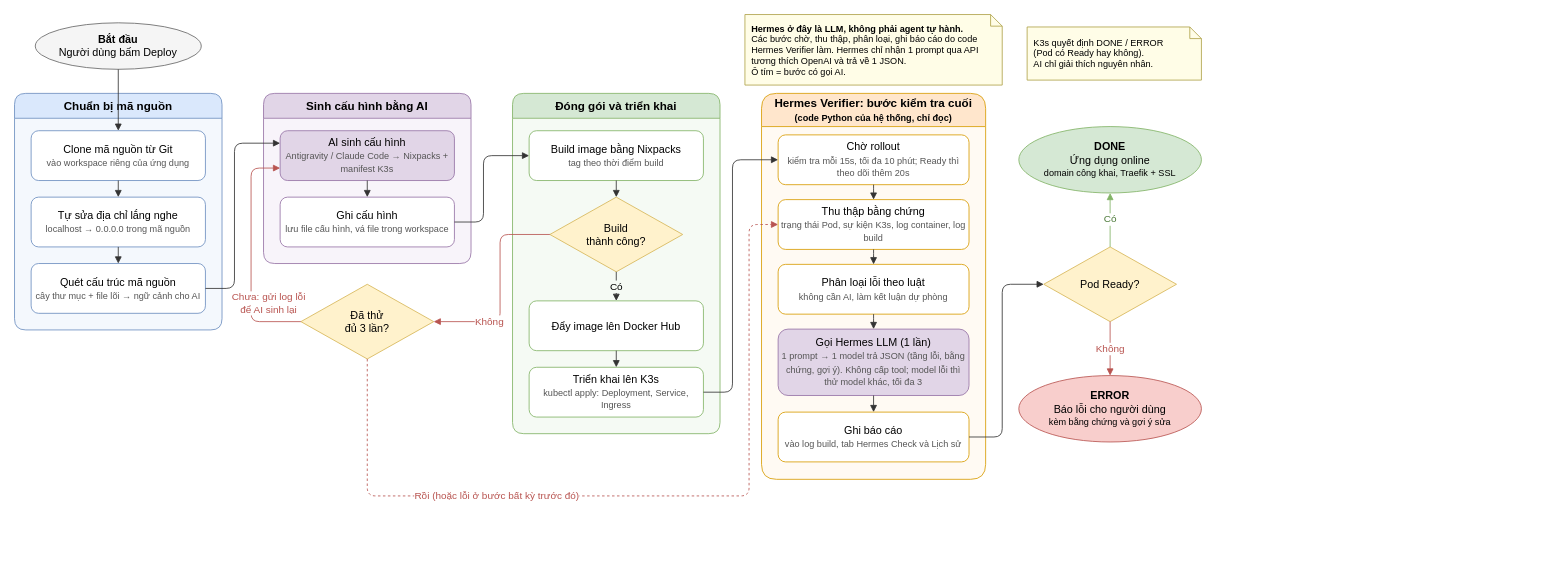
Above: docs/diagrams/autonomous-build-pipeline.drawio in tobi1008/vibe-core (draw.io), before the change. Source tidied: cells renumbered, new cells numbered last; positions are measured from the earlier drawing's top-left corner, leaving out a move shared by most shapes. Both pictures are drawn from the tidied source at 83%, with x=0, y=0 at pixel (14, 14).
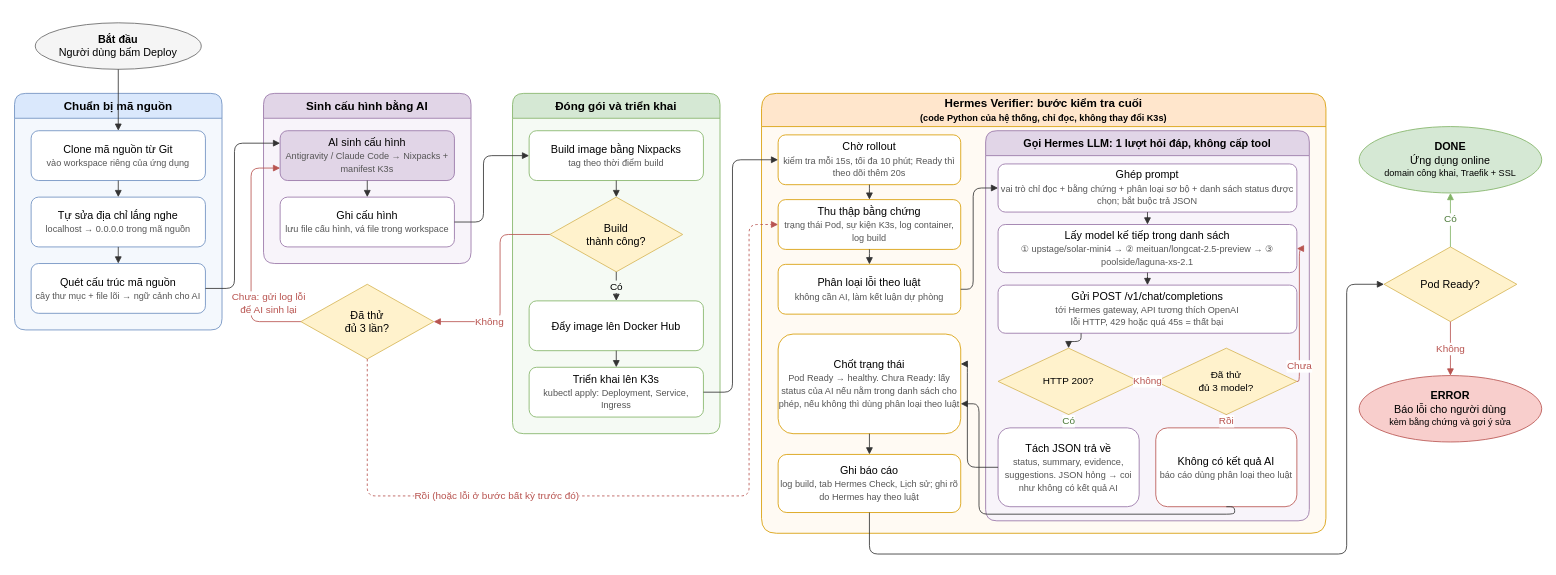
The same page after the edit.

Commit message (it also covers changes not shown here):
docs(sơ đồ): vẽ chi tiết bước gọi Hermes và thứ tự đổi sang model khác khi bị lỗi

Bỏ phần ghi chú bên cạnh. Khối Hermes Verifier được chia hai cột: các bước
của hệ thống và các bước gọi Hermes (ghép nội dung gửi đi, chọn model theo
danh sách, gửi yêu cầu, nếu lỗi thì thử model tiếp theo, tối đa 3 model,
đọc kết quả trả về). Trạng thái cuối cùng vẫn do K3s quyết định.

The edit, as a diff of the source:
```diff
@@
-    <mxCell id="16" value="Hermes Verifier: bước kiểm tra cuối&lt;br&gt;&lt;font style=&quot;font-size:11px&quot;&gt;(code Python của hệ thống, chỉ đọc)&lt;/font&gt;" style="swimlane;whiteSpace=wrap;html=1;rounded=1;startSize=40;fillColor=#ffe6cc;strokeColor=#d79b00;swimlaneFillColor=#fffaf3;fontSize=14;fontStyle=1;" parent="1" vertex="1">
-      <mxGeometry x="900" y="95" width="270" height="465" as="geometry" />
+    <mxCell id="16" value="Hermes Verifier: bước kiểm tra cuối&lt;br&gt;&lt;font style=&quot;font-size:11px&quot;&gt;(code Python của hệ thống, chỉ đọc, không thay đổi K3s)&lt;/font&gt;" style="swimlane;whiteSpace=wrap;html=1;rounded=1;startSize=40;fillColor=#ffe6cc;strokeColor=#d79b00;swimlaneFillColor=#fffaf3;fontSize=14;fontStyle=1;" parent="1" vertex="1">
+      <mxGeometry x="900" y="95" width="680" height="530" as="geometry" />
     </mxCell>
     <mxCell id="17" value="Chờ rollout&lt;br&gt;&lt;font style=&quot;font-size:11px&quot; color=&quot;#555555&quot;&gt;kiểm tra mỗi 15s, tối đa 10 phút; Ready thì theo dõi thêm 20s&lt;/font&gt;" style="rounded=1;whiteSpace=wrap;html=1;fillColor=#ffffff;strokeColor=#d79b00;fontSize=13;" parent="16" vertex="1">
-      <mxGeometry x="20" y="50" width="230" height="60" as="geometry" />
+      <mxGeometry x="20" y="50" width="220" height="60" as="geometry" />
     </mxCell>
     <mxCell id="18" value="Thu thập bằng chứng&lt;br&gt;&lt;font style=&quot;font-size:11px&quot; color=&quot;#555555&quot;&gt;trạng thái Pod, sự kiện K3s, log container, log build&lt;/font&gt;" style="rounded=1;whiteSpace=wrap;html=1;fillColor=#ffffff;strokeColor=#d79b00;fontSize=13;" parent="16" vertex="1">
-      <mxGeometry x="20" y="128" width="230" height="60" as="geometry" />
+      <mxGeometry x="20" y="128" width="220" height="60" as="geometry" />
     </mxCell>
     <mxCell id="19" value="Phân loại lỗi theo luật&lt;br&gt;&lt;font style=&quot;font-size:11px&quot; color=&quot;#555555&quot;&gt;không cần AI, làm kết luận dự phòng&lt;/font&gt;" style="rounded=1;whiteSpace=wrap;html=1;fillColor=#ffffff;strokeColor=#d79b00;fontSize=13;" parent="16" vertex="1">
-      <mxGeometry x="20" y="206" width="230" height="60" as="geometry" />
+      <mxGeometry x="20" y="206" width="220" height="60" as="geometry" />
     </mxCell>
-    <mxCell id="20" value="Gọi Hermes LLM (1 lần)&lt;br&gt;&lt;font style=&quot;font-size:11px&quot; color=&quot;#555555&quot;&gt;1 prompt → 1 model trả JSON (tầng lỗi, bằng chứng, gợi ý). Không cấp tool; model lỗi thì thử model khác, tối đa 3&lt;/font&gt;" style="rounded=1;whiteSpace=wrap;html=1;fillColor=#e1d5e7;strokeColor=#9673a6;fontSize=13;" parent="16" vertex="1">
-      <mxGeometry x="20" y="284" width="230" height="80" as="geometry" />
-    </mxCell>
+    <mxCell id="47" value="Chốt trạng thái&lt;br&gt;&lt;font style=&quot;font-size:11px&quot; color=&quot;#555555&quot;&gt;Pod Ready → healthy. Chưa Ready: lấy status của AI nếu nằm trong danh sách cho phép, nếu không thì dùng phân loại theo luật&lt;/font&gt;" style="rounded=1;whiteSpace=wrap;html=1;fillColor=#ffffff;strokeColor=#d79b00;fontSize=13;" parent="16" vertex="1">
+      <mxGeometry x="20" y="290" width="220" height="120" as="geometry" />
+    </mxCell>
-    <mxCell id="21" value="Ghi báo cáo&lt;br&gt;&lt;font style=&quot;font-size:11px&quot; color=&quot;#555555&quot;&gt;vào log build, tab Hermes Check và Lịch sử&lt;/font&gt;" style="rounded=1;whiteSpace=wrap;html=1;fillColor=#ffffff;strokeColor=#d79b00;fontSize=13;" parent="16" vertex="1">
-      <mxGeometry x="20" y="384" width="230" height="60" as="geometry" />
+    <mxCell id="21" value="Ghi báo cáo&lt;br&gt;&lt;font style=&quot;font-size:11px&quot; color=&quot;#555555&quot;&gt;log build, tab Hermes Check, Lịch sử; ghi rõ do Hermes hay theo luật&lt;/font&gt;" style="rounded=1;whiteSpace=wrap;html=1;fillColor=#ffffff;strokeColor=#d79b00;fontSize=13;" parent="16" vertex="1">
+      <mxGeometry x="20" y="435" width="220" height="70" as="geometry" />
     </mxCell>
-    <mxCell id="22" value="&lt;b&gt;Hermes ở đây là LLM, không phải agent tự hành.&lt;/b&gt;&lt;br&gt;Các bước chờ, thu thập, phân loại, ghi báo cáo do code Hermes Verifier làm. Hermes chỉ nhận 1 prompt qua API tương thích OpenAI và trả về 1 JSON.&lt;br&gt;Ô tím = bước có gọi AI." style="shape=note;whiteSpace=wrap;html=1;size=14;fillColor=#fffde7;strokeColor=#b0a24a;fontSize=11;align=left;spacingLeft=6;" parent="1" vertex="1">
-      <mxGeometry x="880" width="310" height="85" as="geometry" />
-    </mxCell>
-    <mxCell id="23" value="K3s quyết định DONE / ERROR&lt;br&gt;(Pod có Ready hay không).&lt;br&gt;AI chỉ giải thích nguyên nhân." style="shape=note;whiteSpace=wrap;html=1;size=14;fillColor=#fffde7;strokeColor=#b0a24a;fontSize=11;align=left;spacingLeft=6;" parent="1" vertex="1">
-      <mxGeometry x="1220" y="15" width="210" height="64" as="geometry" />
-    </mxCell>
+    <mxCell id="48" value="Gọi Hermes LLM: 1 lượt hỏi đáp, không cấp tool" style="swimlane;whiteSpace=wrap;html=1;rounded=1;startSize=30;fillColor=#e1d5e7;strokeColor=#9673a6;swimlaneFillColor=#f8f4fa;fontSize=13;fontStyle=1;" parent="16" vertex="1">
+      <mxGeometry x="270" y="45" width="390" height="470" as="geometry" />
+    </mxCell>
+    <mxCell id="49" value="Ghép prompt&lt;br&gt;&lt;font style=&quot;font-size:11px&quot; color=&quot;#555555&quot;&gt;vai trò chỉ đọc + bằng chứng + phân loại sơ bộ + danh sách status được chọn; bắt buộc trả JSON&lt;/font&gt;" style="rounded=1;whiteSpace=wrap;html=1;fillColor=#ffffff;strokeColor=#9673a6;fontSize=13;" parent="48" vertex="1">
+      <mxGeometry x="15" y="40" width="360" height="58" as="geometry" />
+    </mxCell>
+    <mxCell id="50" value="Lấy model kế tiếp trong danh sách&lt;br&gt;&lt;font style=&quot;font-size:11px&quot; color=&quot;#555555&quot;&gt;① upstage/solar-mini4 → ② meituan/longcat-2.5-preview → ③ poolside/laguna-xs-2.1&lt;/font&gt;" style="rounded=1;whiteSpace=wrap;html=1;fillColor=#ffffff;strokeColor=#9673a6;fontSize=13;" parent="48" vertex="1">
+      <mxGeometry x="15" y="113" width="360" height="58" as="geometry" />
+    </mxCell>
+    <mxCell id="51" value="Gửi POST /v1/chat/completions&lt;br&gt;&lt;font style=&quot;font-size:11px&quot; color=&quot;#555555&quot;&gt;tới Hermes gateway, API tương thích OpenAI&lt;br&gt;lỗi HTTP, 429 hoặc quá 45s = thất bại&lt;/font&gt;" style="rounded=1;whiteSpace=wrap;html=1;fillColor=#ffffff;strokeColor=#9673a6;fontSize=13;" parent="48" vertex="1">
+      <mxGeometry x="15" y="186" width="360" height="58" as="geometry" />
+    </mxCell>
+    <mxCell id="52" value="HTTP 200?" style="rhombus;whiteSpace=wrap;html=1;fillColor=#fff2cc;strokeColor=#d6b656;fontSize=12;" parent="48" vertex="1">
+      <mxGeometry x="15" y="262" width="170" height="80" as="geometry" />
+    </mxCell>
+    <mxCell id="53" value="Đã thử&lt;br&gt;đủ 3 model?" style="rhombus;whiteSpace=wrap;html=1;fillColor=#fff2cc;strokeColor=#d6b656;fontSize=12;" parent="48" vertex="1">
+      <mxGeometry x="205" y="262" width="170" height="80" as="geometry" />
+    </mxCell>
+    <mxCell id="54" value="Tách JSON trả về&lt;br&gt;&lt;font style=&quot;font-size:11px&quot; color=&quot;#555555&quot;&gt;status, summary, evidence, suggestions. JSON hỏng → coi như không có kết quả AI&lt;/font&gt;" style="rounded=1;whiteSpace=wrap;html=1;fillColor=#ffffff;strokeColor=#9673a6;fontSize=13;" parent="48" vertex="1">
+      <mxGeometry x="15" y="358" width="170" height="95" as="geometry" />
+    </mxCell>
+    <mxCell id="55" value="Không có kết quả AI&lt;br&gt;&lt;font style=&quot;font-size:11px&quot; color=&quot;#555555&quot;&gt;báo cáo dùng phân loại theo luật&lt;/font&gt;" style="rounded=1;whiteSpace=wrap;html=1;fillColor=#ffffff;strokeColor=#b85450;fontSize=13;" parent="48" vertex="1">
+      <mxGeometry x="205" y="358" width="170" height="95" as="geometry" />
+    </mxCell>
     <mxCell id="24" value="&lt;b&gt;DONE&lt;/b&gt;&lt;br&gt;Ứng dụng online&lt;br&gt;&lt;font style=&quot;font-size:11px&quot;&gt;domain công khai, Traefik + SSL&lt;/font&gt;" style="ellipse;whiteSpace=wrap;html=1;fillColor=#d5e8d4;strokeColor=#82b366;fontSize=13;" parent="1" vertex="1">
-      <mxGeometry x="1210" y="135" width="220" height="80" as="geometry" />
+      <mxGeometry x="1620" y="135" width="220" height="80" as="geometry" />
     </mxCell>
     <mxCell id="25" value="Pod Ready?" style="rhombus;whiteSpace=wrap;html=1;fillColor=#fff2cc;strokeColor=#d6b656;fontSize=13;" parent="1" vertex="1">
-      <mxGeometry x="1240" y="280" width="160" height="90" as="geometry" />
+      <mxGeometry x="1650" y="280" width="160" height="90" as="geometry" />
     </mxCell>
     <mxCell id="26" value="&lt;b&gt;ERROR&lt;/b&gt;&lt;br&gt;Báo lỗi cho người dùng&lt;br&gt;&lt;font style=&quot;font-size:11px&quot;&gt;kèm bằng chứng và gợi ý sửa&lt;/font&gt;" style="ellipse;whiteSpace=wrap;html=1;fillColor=#f8cecc;strokeColor=#b85450;fontSize=13;" parent="1" vertex="1">
-      <mxGeometry x="1210" y="435" width="220" height="80" as="geometry" />
+      <mxGeometry x="1620" y="435" width="220" height="80" as="geometry" />
     </mxCell>
@@
-    <mxCell id="36" style="edgeStyle=orthogonalEdgeStyle;html=1;endArrow=block;endFill=1;strokeColor=#333333;" parent="1" edge="1" source="19" target="20">
-      <mxGeometry relative="1" as="geometry" />
-    </mxCell>
-    <mxCell id="37" style="edgeStyle=orthogonalEdgeStyle;html=1;endArrow=block;endFill=1;strokeColor=#333333;" parent="1" edge="1" source="20" target="21">
-      <mxGeometry relative="1" as="geometry" />
-    </mxCell>
@@
-    <mxCell id="41" style="edgeStyle=orthogonalEdgeStyle;html=1;endArrow=block;endFill=1;strokeColor=#333333;exitX=1;exitY=0.5;exitDx=0;exitDy=0;entryX=0;entryY=0.5;entryDx=0;entryDy=0;" parent="1" edge="1" source="21" target="25">
-      <mxGeometry relative="1" as="geometry">
-        <Array as="points">
-          <mxPoint x="1190" y="509" />
-          <mxPoint x="1190" y="325" />
-        </Array>
-      </mxGeometry>
-    </mxCell>
@@
+    <mxCell id="36" style="edgeStyle=orthogonalEdgeStyle;html=1;endArrow=block;endFill=1;strokeColor=#333333;exitX=1;exitY=0.5;exitDx=0;exitDy=0;entryX=0;entryY=0.5;entryDx=0;entryDy=0;" parent="1" edge="1" source="19" target="49">
+      <mxGeometry relative="1" as="geometry">
+        <Array as="points">
+          <mxPoint x="1155" y="331" />
+          <mxPoint x="1155" y="209" />
+        </Array>
+      </mxGeometry>
+    </mxCell>
+    <mxCell id="56" style="edgeStyle=orthogonalEdgeStyle;html=1;endArrow=block;endFill=1;strokeColor=#333333;" parent="1" edge="1" source="49" target="50">
+      <mxGeometry relative="1" as="geometry" />
+    </mxCell>
+    <mxCell id="57" style="edgeStyle=orthogonalEdgeStyle;html=1;endArrow=block;endFill=1;strokeColor=#333333;" parent="1" edge="1" source="50" target="51">
+      <mxGeometry relative="1" as="geometry" />
+    </mxCell>
+    <mxCell id="58" style="edgeStyle=orthogonalEdgeStyle;html=1;endArrow=block;endFill=1;strokeColor=#333333;exitX=0.2778;exitY=1;exitDx=0;exitDy=0;entryX=0.5;entryY=0;entryDx=0;entryDy=0;" parent="1" edge="1" source="51" target="52">
+      <mxGeometry relative="1" as="geometry" />
+    </mxCell>
+    <mxCell id="59" value="Có" style="edgeStyle=orthogonalEdgeStyle;html=1;endArrow=block;endFill=1;strokeColor=#82b366;fontColor=#4d7a3a;fontSize=12;labelBackgroundColor=#ffffff;" parent="1" edge="1" source="52" target="54">
+      <mxGeometry relative="1" as="geometry" />
+    </mxCell>
+    <mxCell id="60" value="Không" style="edgeStyle=orthogonalEdgeStyle;html=1;endArrow=block;endFill=1;strokeColor=#b85450;fontColor=#b85450;fontSize=12;labelBackgroundColor=#ffffff;exitX=1;exitY=0.5;exitDx=0;exitDy=0;entryX=0;entryY=0.5;entryDx=0;entryDy=0;" parent="1" edge="1" source="52" target="53">
+      <mxGeometry relative="1" as="geometry" />
+    </mxCell>
+    <mxCell id="61" value="Chưa" style="edgeStyle=orthogonalEdgeStyle;html=1;endArrow=block;endFill=1;strokeColor=#b85450;fontColor=#b85450;fontSize=12;labelBackgroundColor=#ffffff;exitX=1;exitY=0.5;exitDx=0;exitDy=0;entryX=1;entryY=0.5;entryDx=0;entryDy=0;" parent="1" edge="1" source="53" target="50">
+      <mxGeometry x="-0.75" relative="1" as="geometry">
+        <Array as="points">
+          <mxPoint x="1548" y="442" />
+          <mxPoint x="1548" y="282" />
+        </Array>
+      </mxGeometry>
+    </mxCell>
+    <mxCell id="62" value="Rồi" style="edgeStyle=orthogonalEdgeStyle;html=1;endArrow=block;endFill=1;strokeColor=#b85450;fontColor=#b85450;fontSize=12;labelBackgroundColor=#ffffff;" parent="1" edge="1" source="53" target="55">
+      <mxGeometry relative="1" as="geometry" />
+    </mxCell>
+    <mxCell id="63" style="edgeStyle=orthogonalEdgeStyle;html=1;endArrow=block;endFill=1;strokeColor=#333333;exitX=0;exitY=0.5;exitDx=0;exitDy=0;entryX=1;entryY=0.3;entryDx=0;entryDy=0;" parent="1" edge="1" source="54" target="47">
+      <mxGeometry relative="1" as="geometry">
+        <Array as="points">
+          <mxPoint x="1148" y="545" />
+          <mxPoint x="1148" y="421" />
+        </Array>
+      </mxGeometry>
+    </mxCell>
+    <mxCell id="64" style="edgeStyle=orthogonalEdgeStyle;html=1;endArrow=block;endFill=1;strokeColor=#333333;exitX=0.5;exitY=1;exitDx=0;exitDy=0;entryX=1;entryY=0.7;entryDx=0;entryDy=0;" parent="1" edge="1" source="55" target="47">
+      <mxGeometry relative="1" as="geometry">
+        <Array as="points">
+          <mxPoint x="1470" y="602" />
+          <mxPoint x="1162" y="602" />
+          <mxPoint x="1162" y="469" />
+        </Array>
+      </mxGeometry>
+    </mxCell>
+    <mxCell id="37" style="edgeStyle=orthogonalEdgeStyle;html=1;endArrow=block;endFill=1;strokeColor=#333333;" parent="1" edge="1" source="47" target="21">
+      <mxGeometry relative="1" as="geometry" />
+    </mxCell>
+    <mxCell id="41" style="edgeStyle=orthogonalEdgeStyle;html=1;endArrow=block;endFill=1;strokeColor=#333333;exitX=0.5;exitY=1;exitDx=0;exitDy=0;entryX=0;entryY=0.5;entryDx=0;entryDy=0;" parent="1" edge="1" source="21" target="25">
+      <mxGeometry relative="1" as="geometry">
+        <Array as="points">
+          <mxPoint x="1030" y="650" />
+          <mxPoint x="1605" y="650" />
+          <mxPoint x="1605" y="325" />
+        </Array>
+      </mxGeometry>
+    </mxCell>
```
